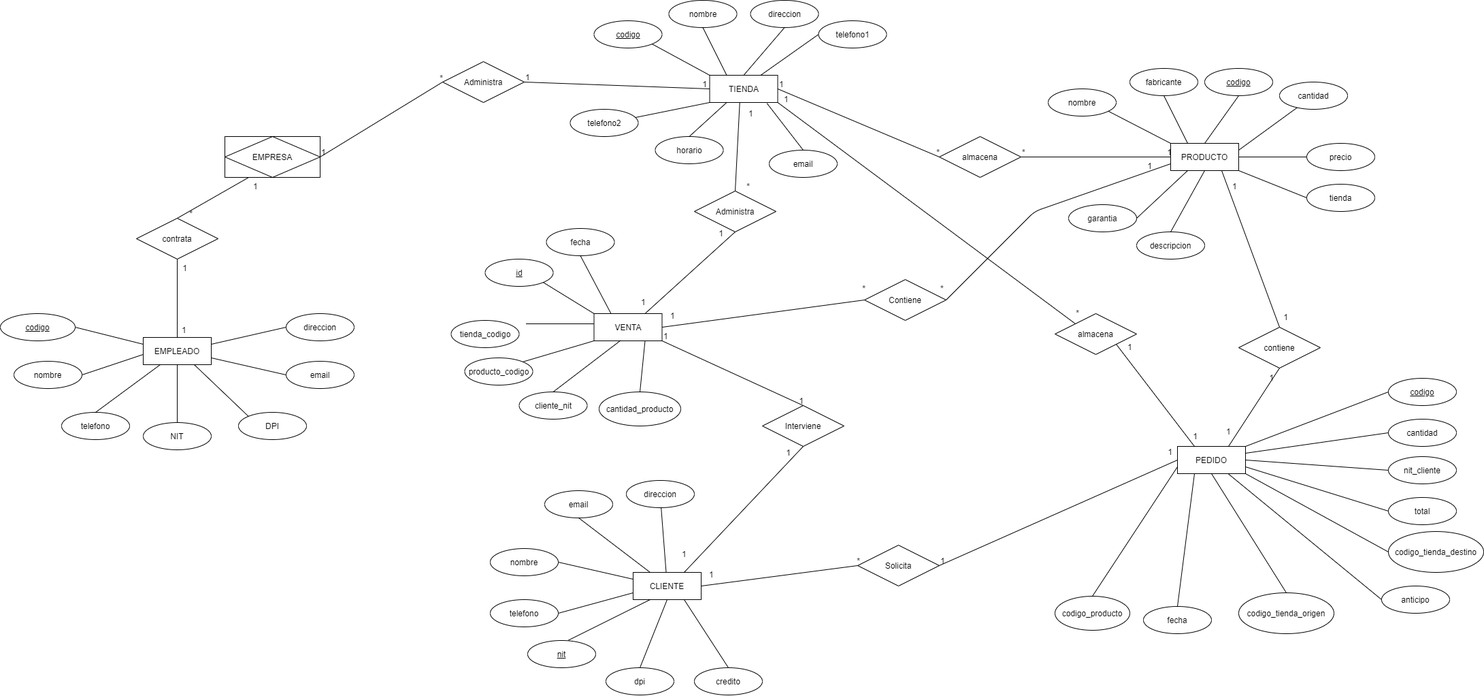
Above: DOCUMENTACION PROYECTO 1/Entidad_Relacion_proyecto1.png in cresb-49/Proyecto-1 (draw.io), before the change. Source tidied: cells renumbered, new cells last; positions are measured from the earlier drawing's top-left corner, leaving out a move shared by most shapes.
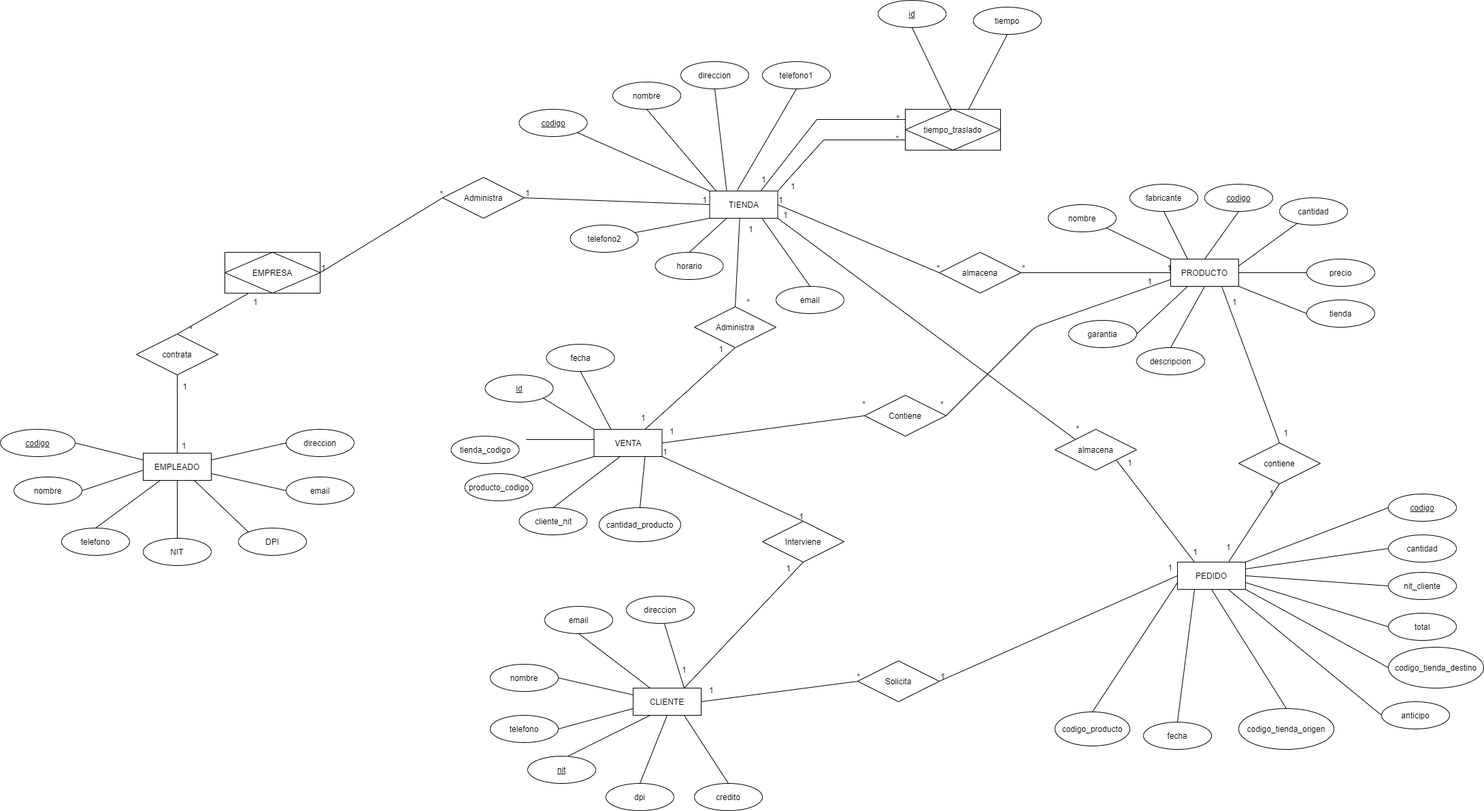
The same diagram one commit later.

What changed in the source:
```diff
@@ -6,22 +6,22 @@
       <mxGeometry x="1042.5" y="110" width="100" height="40" as="geometry" />
     </mxCell>
     <mxCell id="3" value="nombre" style="ellipse;whiteSpace=wrap;html=1;align=center;" parent="1" vertex="1">
-      <mxGeometry x="982.5" width="100" height="40" as="geometry" />
+      <mxGeometry x="900" y="-50" width="100" height="40" as="geometry" />
     </mxCell>
     <mxCell id="4" value="codigo" style="ellipse;whiteSpace=wrap;html=1;align=center;fontStyle=4;" parent="1" vertex="1">
-      <mxGeometry x="872.5" y="30" width="100" height="40" as="geometry" />
+      <mxGeometry x="762.5" y="-10" width="100" height="40" as="geometry" />
     </mxCell>
     <mxCell id="5" value="direccion" style="ellipse;whiteSpace=wrap;html=1;align=center;" parent="1" vertex="1">
-      <mxGeometry x="1102.5" width="100" height="40" as="geometry" />
+      <mxGeometry x="1000" y="-80" width="100" height="40" as="geometry" />
     </mxCell>
     <mxCell id="6" value="telefono1" style="ellipse;whiteSpace=wrap;html=1;align=center;" parent="1" vertex="1">
-      <mxGeometry x="1202.5" y="30" width="100" height="40" as="geometry" />
+      <mxGeometry x="1120" y="-80" width="100" height="40" as="geometry" />
     </mxCell>
     <mxCell id="7" value="telefono2" style="ellipse;whiteSpace=wrap;html=1;align=center;" parent="1" vertex="1">
       <mxGeometry x="837.5" y="160" width="100" height="40" as="geometry" />
     </mxCell>
     <mxCell id="8" value="email" style="ellipse;whiteSpace=wrap;html=1;align=center;" parent="1" vertex="1">
-      <mxGeometry x="1130" y="220" width="100" height="40" as="geometry" />
+      <mxGeometry x="1140" y="250" width="100" height="40" as="geometry" />
     </mxCell>
     <mxCell id="9" value="horario" style="ellipse;whiteSpace=wrap;html=1;align=center;" parent="1" vertex="1">
       <mxGeometry x="962.5" y="200" width="100" height="40" as="geometry" />
@@ -233,17 +233,19 @@
     <mxCell id="76" style="endArrow=none;html=1;rounded=0;exitX=1;exitY=1;exitDx=0;exitDy=0;entryX=0;entryY=0;entryDx=0;entryDy=0;" parent="1" edge="1" source="4" target="2">
       <mxGeometry relative="1" as="geometry" />
     </mxCell>
-    <mxCell id="77" style="endArrow=none;html=1;rounded=0;exitX=0.5;exitY=1;exitDx=0;exitDy=0;entryX=0.25;entryY=0;entryDx=0;entryDy=0;" parent="1" edge="1" source="3" target="2">
+    <mxCell id="77" style="endArrow=none;html=1;rounded=0;exitX=0.5;exitY=1;exitDx=0;exitDy=0;entryX=0.095;entryY=0;entryDx=0;entryDy=0;entryPerimeter=0;" parent="1" edge="1" source="3" target="2">
       <mxGeometry relative="1" as="geometry" />
     </mxCell>
-    <mxCell id="78" style="endArrow=none;html=1;rounded=0;exitX=0.5;exitY=1;exitDx=0;exitDy=0;entryX=0.5;entryY=0;entryDx=0;entryDy=0;" parent="1" edge="1" source="5" target="2">
+    <mxCell id="78" style="endArrow=none;html=1;rounded=0;exitX=0.5;exitY=1;exitDx=0;exitDy=0;entryX=0.25;entryY=0;entryDx=0;entryDy=0;" parent="1" edge="1" source="5" target="2">
       <mxGeometry relative="1" as="geometry" />
     </mxCell>
-    <mxCell id="79" style="endArrow=none;html=1;rounded=0;exitX=0;exitY=0.5;exitDx=0;exitDy=0;entryX=0.75;entryY=0;entryDx=0;entryDy=0;" parent="1" edge="1" source="6" target="2">
+    <mxCell id="79" style="endArrow=none;html=1;rounded=0;exitX=0.5;exitY=1;exitDx=0;exitDy=0;entryX=0.405;entryY=-0.025;entryDx=0;entryDy=0;entryPerimeter=0;" parent="1" edge="1" source="6" target="2">
       <mxGeometry relative="1" as="geometry" />
     </mxCell>
-    <mxCell id="80" style="endArrow=none;html=1;rounded=0;entryX=0.5;entryY=0;entryDx=0;entryDy=0;exitX=0.842;exitY=1.031;exitDx=0;exitDy=0;exitPerimeter=0;" parent="1" edge="1" source="2" target="8">
-      <mxGeometry relative="1" as="geometry" />
+    <mxCell id="80" style="endArrow=none;html=1;rounded=0;entryX=0.5;entryY=0;entryDx=0;entryDy=0;" parent="1" edge="1" target="8">
+      <mxGeometry relative="1" as="geometry">
+        <mxPoint x="1120" y="151" as="sourcePoint" />
+      </mxGeometry>
     </mxCell>
     <mxCell id="81" style="endArrow=none;html=1;rounded=0;exitX=0.5;exitY=0;exitDx=0;exitDy=0;entryX=0.25;entryY=1;entryDx=0;entryDy=0;" parent="1" edge="1" source="9" target="2">
       <mxGeometry relative="1" as="geometry" />
@@ -543,5 +545,58 @@
         <mxPoint x="-19.6" y="14.6" as="offset" />
       </mxGeometry>
     </mxCell>
+    <mxCell id="160" value="tiempo_traslado" style="shape=associativeEntity;whiteSpace=wrap;html=1;align=center;" parent="1" vertex="1">
+      <mxGeometry x="1330" y="-10" width="140" height="60" as="geometry" />
+    </mxCell>
+    <mxCell id="161" value="id" style="ellipse;whiteSpace=wrap;html=1;align=center;fontStyle=4;" parent="1" vertex="1">
+      <mxGeometry x="1290" y="-170" width="100" height="40" as="geometry" />
+    </mxCell>
+    <mxCell id="162" style="endArrow=none;html=1;rounded=0;exitX=0.5;exitY=1;exitDx=0;exitDy=0;entryX=0.75;entryY=0;entryDx=0;entryDy=0;" parent="1" edge="1" source="161">
+      <mxGeometry relative="1" as="geometry">
+        <mxPoint x="1397.5" y="-10" as="targetPoint" />
+      </mxGeometry>
+    </mxCell>
+    <mxCell id="163" value="tiempo" style="ellipse;whiteSpace=wrap;html=1;align=center;" parent="1" vertex="1">
+      <mxGeometry x="1430" y="-160" width="100" height="40" as="geometry" />
+    </mxCell>
+    <mxCell id="164" style="endArrow=none;html=1;rounded=0;exitX=0.5;exitY=1;exitDx=0;exitDy=0;entryX=0.75;entryY=0;entryDx=0;entryDy=0;" parent="1" edge="1" source="163">
+      <mxGeometry relative="1" as="geometry">
+        <mxPoint x="1423" y="-10" as="targetPoint" />
+      </mxGeometry>
+    </mxCell>
+    <mxCell id="165" style="endArrow=none;html=1;rounded=0;exitX=0.75;exitY=0;exitDx=0;exitDy=0;entryX=0;entryY=0.25;entryDx=0;entryDy=0;" parent="1" edge="1" source="2" target="160">
+      <mxGeometry relative="1" as="geometry">
+        <Array as="points">
+          <mxPoint x="1200" y="5" />
+        </Array>
+      </mxGeometry>
+    </mxCell>
+    <mxCell id="166" value="1" style="html=1;align=left;verticalAlign=bottom;" parent="165" vertex="1">
+      <mxGeometry x="-1" relative="1" as="geometry">
+        <mxPoint y="-10" as="offset" />
+      </mxGeometry>
+    </mxCell>
+    <mxCell id="167" value="*" style="html=1;align=right;verticalAlign=bottom;" parent="165" vertex="1">
+      <mxGeometry x="1" relative="1" as="geometry">
+        <mxPoint x="-9.9" y="5" as="offset" />
+      </mxGeometry>
+    </mxCell>
+    <mxCell id="168" style="endArrow=none;html=1;rounded=0;exitX=1;exitY=0;exitDx=0;exitDy=0;entryX=0;entryY=0.75;entryDx=0;entryDy=0;" parent="1" edge="1" source="2" target="160">
+      <mxGeometry relative="1" as="geometry">
+        <Array as="points">
+          <mxPoint x="1210" y="35" />
+        </Array>
+      </mxGeometry>
+    </mxCell>
+    <mxCell id="169" value="1" style="html=1;align=left;verticalAlign=bottom;" parent="168" vertex="1">
+      <mxGeometry x="-1" relative="1" as="geometry">
+        <mxPoint x="17.5" as="offset" />
+      </mxGeometry>
+    </mxCell>
+    <mxCell id="170" value="*" style="html=1;align=right;verticalAlign=bottom;" parent="168" vertex="1">
+      <mxGeometry x="1" relative="1" as="geometry">
+        <mxPoint x="-10.2" y="5" as="offset" />
+      </mxGeometry>
+    </mxCell>
   </root>
 </mxGraphModel>
```
